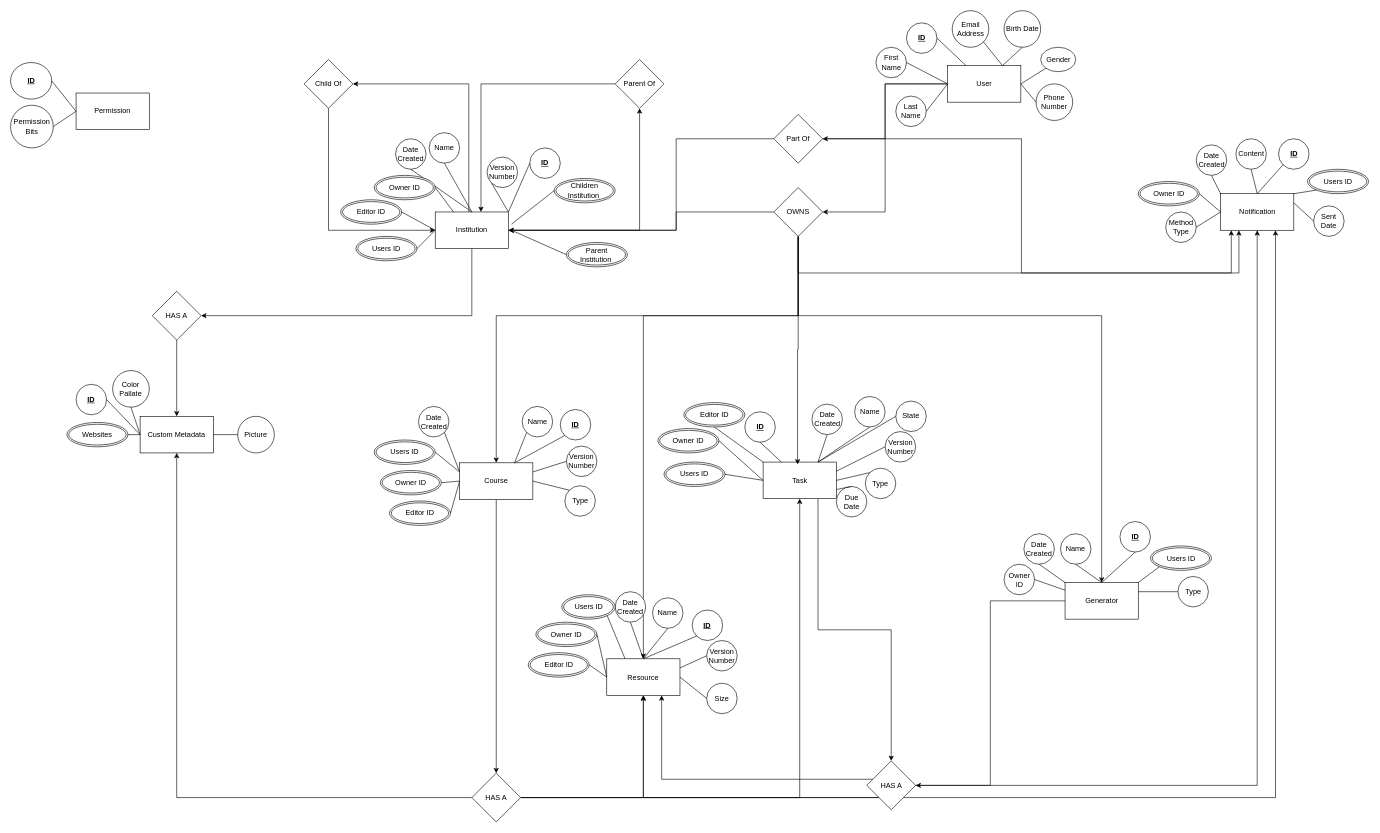
Above: diagrams/db/DatabaseER.drawio in Apollo-LW/Apollo-LW (draw.io), before the change. Source tidied: cells renumbered, new cells numbered last; positions are measured from the earlier drawing's top-left corner, leaving out a move shared by most shapes. Both pictures are drawn from the tidied source at 61%, with x=0, y=0 at pixel (10, 10).
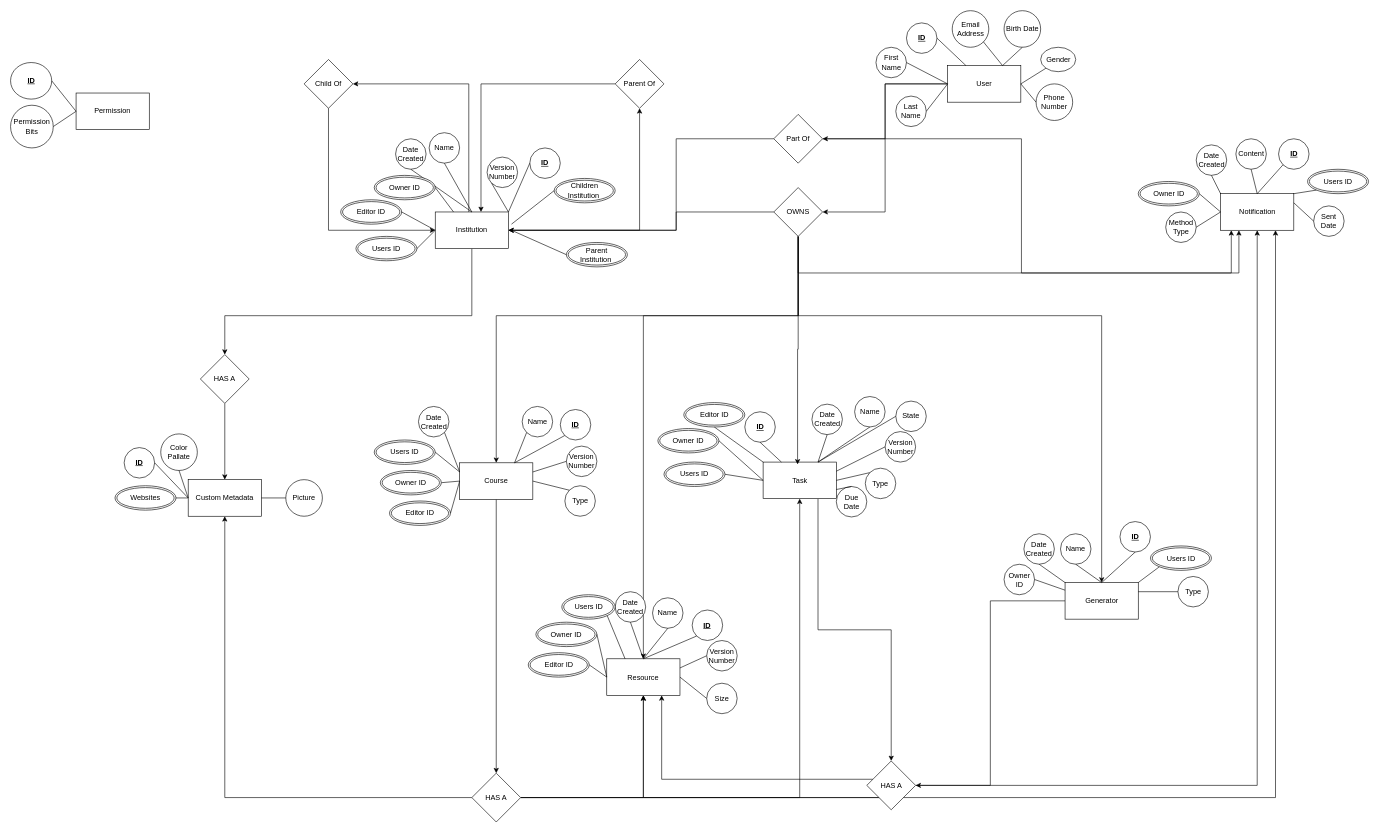
After the change.

Commit message:
Add Custom Metadata Relationships

The change refers to these unchanged cells:
```xml
<mxCell id="34" value="Institution" style="rounded=0;whiteSpace=wrap;html=1;" parent="1" vertex="1">
  <mxGeometry x="696" y="330" width="120" height="60" as="geometry" />
</mxCell>
```

What changed in the source:
```diff
@@
-    <mxCell id="31" style="edgeStyle=orthogonalEdgeStyle;rounded=0;jettySize=auto;html=1;entryX=1;entryY=0.5;entryDx=0;entryDy=0;exitX=0.5;exitY=1;exitDx=0;exitDy=0;" parent="1" edge="1" source="34" target="94">
+    <mxCell id="31" style="edgeStyle=orthogonalEdgeStyle;rounded=0;jettySize=auto;html=1;entryX=0.5;entryY=0;entryDx=0;entryDy=0;exitX=0.5;exitY=1;exitDx=0;exitDy=0;" parent="1" edge="1" source="34" target="94">
       <mxGeometry relative="1" as="geometry">
         <Array as="points">
           <mxPoint x="756" y="500" />
+          <mxPoint x="351" y="500" />
         </Array>
       </mxGeometry>
     </mxCell>
@@
     <mxCell id="84" value="Custom Metadata" style="rounded=0;whiteSpace=wrap;html=1;" parent="1" vertex="1">
-      <mxGeometry x="212.2" y="665" width="120" height="60" as="geometry" />
+      <mxGeometry x="291" y="768.8" width="120" height="60" as="geometry" />
     </mxCell>
     <mxCell id="85" value="&lt;b&gt;&lt;u&gt;ID&lt;/u&gt;&lt;/b&gt;" style="ellipse;whiteSpace=wrap;html=1;" parent="1" vertex="1">
-      <mxGeometry x="107.2" y="612.5" width="50" height="50" as="geometry" />
+      <mxGeometry x="186" y="716.2" width="50" height="50" as="geometry" />
     </mxCell>
     <mxCell id="86" value="Color Pallate" style="ellipse;whiteSpace=wrap;html=1;" parent="1" vertex="1">
-      <mxGeometry x="167.2" y="590" width="60" height="60" as="geometry" />
+      <mxGeometry x="246" y="693.8" width="60" height="60" as="geometry" />
     </mxCell>
     <mxCell id="87" value="Picture" style="ellipse;whiteSpace=wrap;html=1;" parent="1" vertex="1">
-      <mxGeometry x="372.2" y="665" width="60" height="60" as="geometry" />
+      <mxGeometry x="451" y="768.8" width="60" height="60" as="geometry" />
     </mxCell>
@@
     <mxCell id="92" value="Websites" style="ellipse;shape=doubleEllipse;margin=3;whiteSpace=wrap;html=1;align=center;" parent="1" vertex="1">
-      <mxGeometry x="92.2" y="675" width="100" height="40" as="geometry" />
+      <mxGeometry x="171" y="778.8" width="100" height="40" as="geometry" />
     </mxCell>
@@
     <mxCell id="94" value="HAS A" style="rhombus;whiteSpace=wrap;html=1;rounded=0;" parent="1" vertex="1">
-      <mxGeometry x="232.2" y="460" width="80" height="80" as="geometry" />
+      <mxGeometry x="311" y="563.8" width="80" height="80" as="geometry" />
     </mxCell>
```
